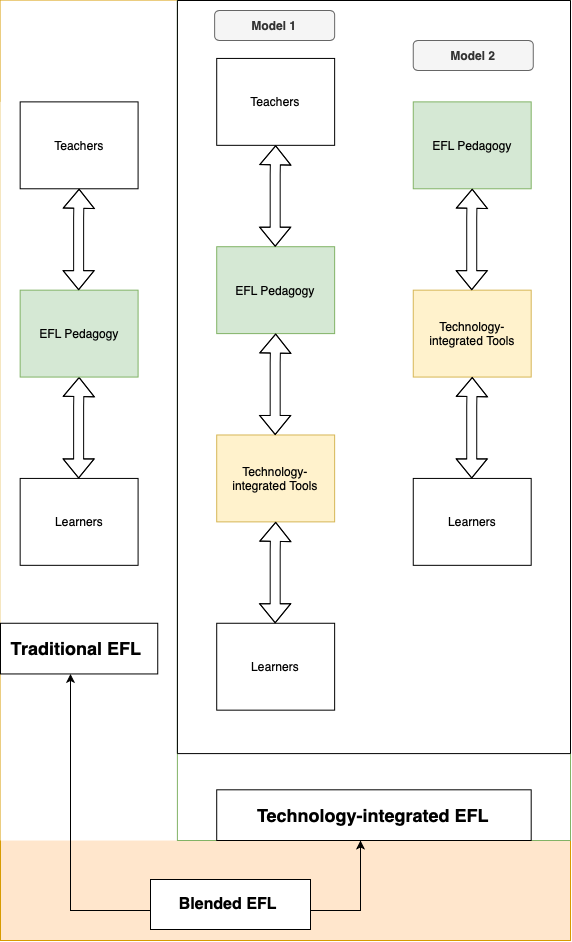
Earlier version of the draw.io export review_framework.png (Gracetyty/Digital_Edu_Text_Mining). Source tidied: cells renumbered, new cells last; positions are measured from the earlier drawing's top-left corner, leaving out a move shared by most shapes.
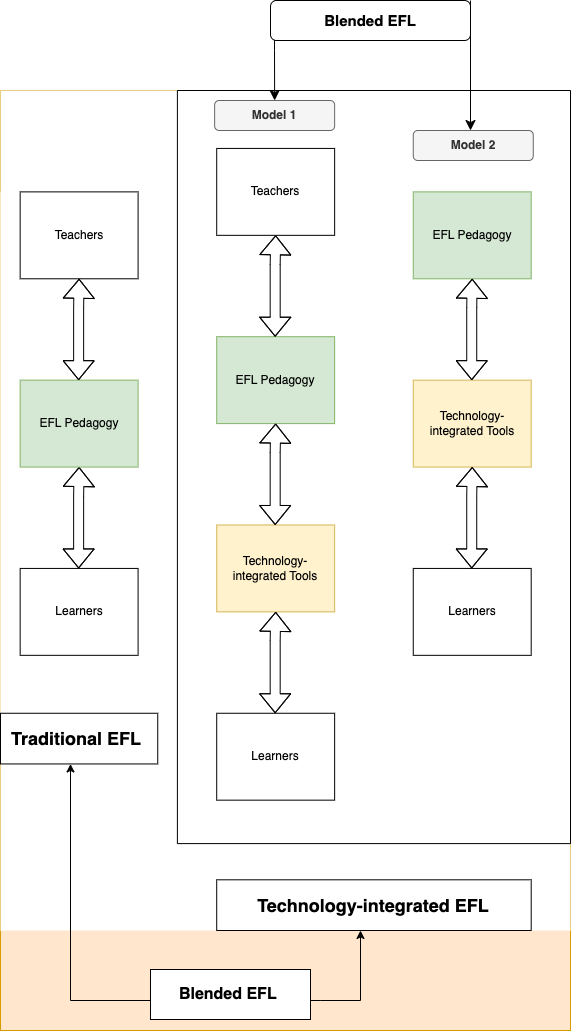
After the change.

The edit, as a diff of the source:
```diff
@@ -11,9 +11,6 @@
     <mxCell id="4" style="group;fillColor=#FFFFFF;" parent="2" vertex="1">
       <mxGeometry width="570" height="840" as="geometry" />
     </mxCell>
-    <mxCell id="5" style="group;fillColor=#FFFFFF;strokeColor=#82b366;" parent="2" vertex="1">
-      <mxGeometry x="176.9" width="393.1" height="840" as="geometry" />
-    </mxCell>
     <mxCell id="6" style="group;fillColor=#FFFFFF;" parent="2" vertex="1">
       <mxGeometry y="101.4" width="157.2" height="572.1" as="geometry" />
     </mxCell>
@@ -170,5 +167,22 @@
         </Array>
       </mxGeometry>
     </mxCell>
+    <mxCell id="35" style="endArrow=classic;html=1;rounded=0;fontSize=12;startSize=8;endSize=8;curved=1;entryX=0.5;entryY=0;entryDx=0;entryDy=0;" parent="2" edge="1" target="31">
+      <mxGeometry relative="1" as="geometry">
+        <mxPoint x="274" y="-90" as="sourcePoint" />
+        <Array as="points">
+          <mxPoint x="274" y="-40" />
+        </Array>
+      </mxGeometry>
+    </mxCell>
+    <mxCell id="36" style="endArrow=classic;html=1;rounded=0;fontSize=12;startSize=8;endSize=8;curved=1;" parent="1" edge="1">
+      <mxGeometry relative="1" as="geometry">
+        <mxPoint x="470" y="-90" as="sourcePoint" />
+        <mxPoint x="470" y="40" as="targetPoint" />
+      </mxGeometry>
+    </mxCell>
+    <mxCell id="37" value="&lt;span&gt;&lt;font style=&quot;font-size: 15px;&quot;&gt;Blended EFL&lt;/font&gt;&lt;/span&gt;" style="rounded=1;whiteSpace=wrap;html=1;fontStyle=1;" parent="1" vertex="1">
+      <mxGeometry x="270" y="-90" width="200" height="40" as="geometry" />
+    </mxCell>
   </root>
 </mxGraphModel>
```
